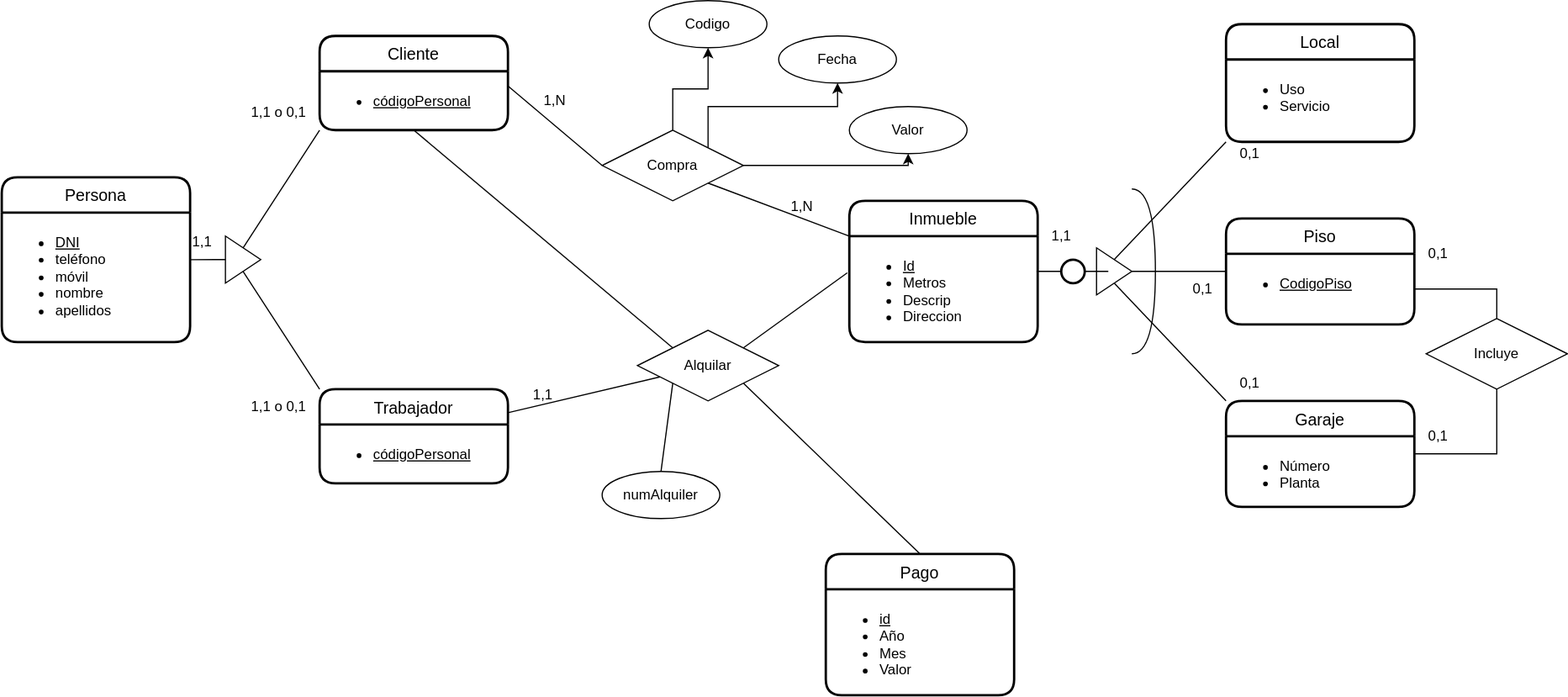
Above: UD12-18.svg in Jimxx22/C3-UD11-UML (draw.io), before the change. Source tidied: cells renumbered, new cells last; positions are measured from the earlier drawing's top-left corner, leaving out a move shared by most shapes.
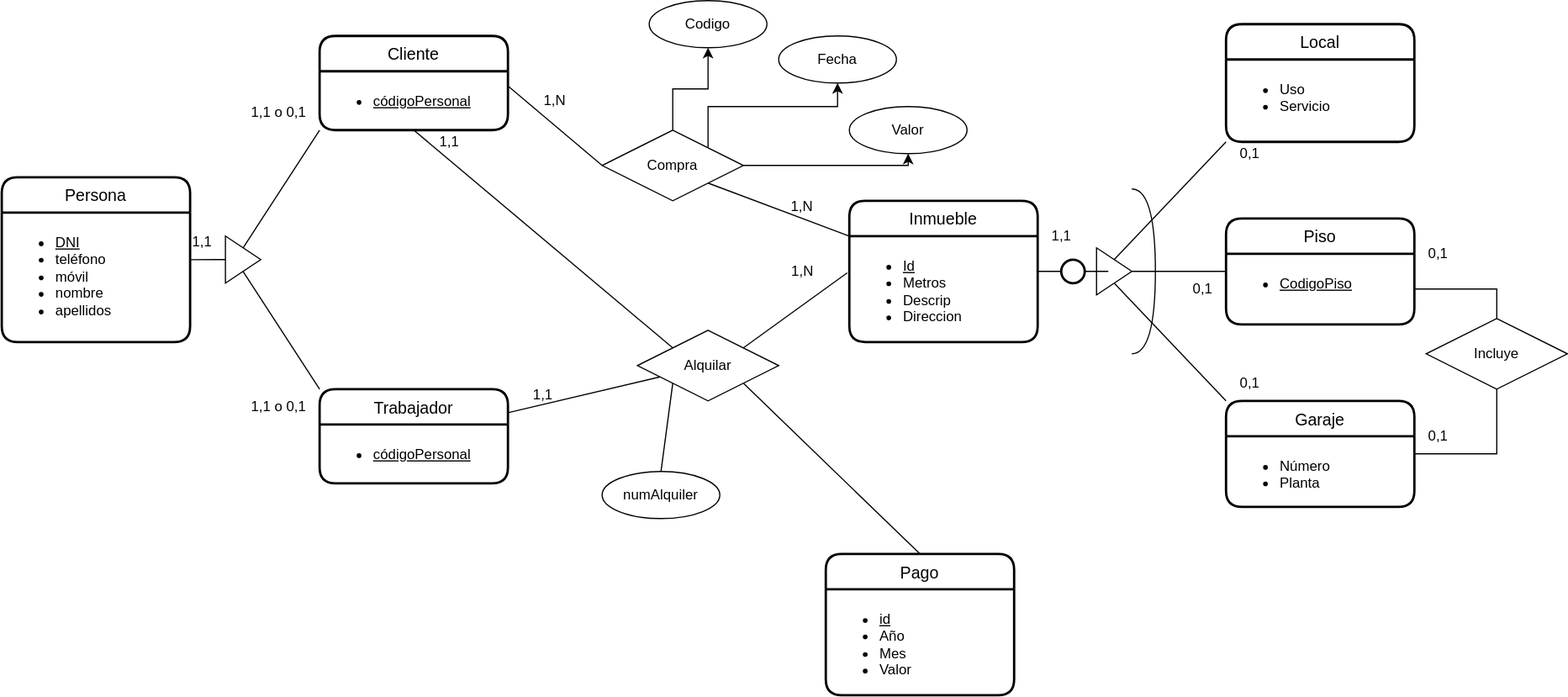
The same diagram one commit later.

Diff of the diagram source:
```diff
@@ -190,5 +190,11 @@
     <mxCell id="60" value="0,1" style="text;html=1;align=center;verticalAlign=middle;strokeColor=none;fillColor=none;" parent="1" vertex="1">
       <mxGeometry x="1000" y="230" width="40" height="30" as="geometry" />
     </mxCell>
+    <mxCell id="61" value="1,1" style="text;html=1;align=center;verticalAlign=middle;strokeColor=none;fillColor=none;" parent="1" vertex="1">
+      <mxGeometry x="360" y="105" width="40" height="30" as="geometry" />
+    </mxCell>
+    <mxCell id="62" value="1,N" style="text;html=1;align=center;verticalAlign=middle;strokeColor=none;fillColor=none;" parent="1" vertex="1">
+      <mxGeometry x="660" y="215" width="40" height="30" as="geometry" />
+    </mxCell>
   </root>
 </mxGraphModel>
```
